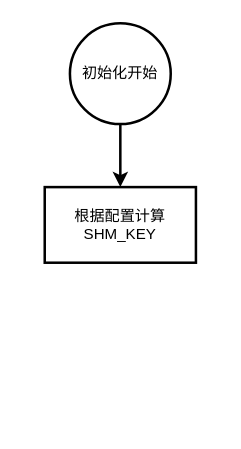
This is LCT.drawio from FAKERINHEART/draw_folder, a draw.io file, before an edit. Source tidied: cells renumbered, new cells numbered last; positions are measured from the earlier drawing's top-left corner, leaving out a move shared by most shapes. Both pictures are drawn from the tidied source at 126%, with x=0, y=0 at pixel (44, 23).
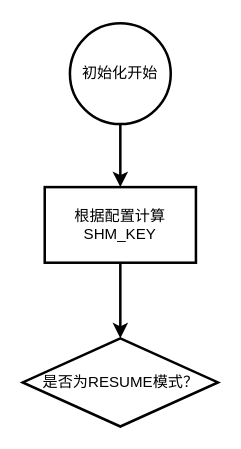
Above is the later version.

Diff of the diagram source:
```diff
@@
 <mxGraphModel>
   <root>
     <mxCell id="0" />
     <mxCell id="1" parent="0" />
     <mxCell id="2" style="edgeStyle=orthogonalEdgeStyle;rounded=0;jettySize=auto;html=1;exitX=0.5;exitY=1;exitDx=0;exitDy=0;entryX=0.5;entryY=0;entryDx=0;entryDy=0;strokeWidth=2;" parent="1" edge="1" source="3" target="4">
       <mxGeometry relative="1" as="geometry" />
     </mxCell>
     <mxCell id="3" value="初始化开始" style="ellipse;whiteSpace=wrap;html=1;strokeWidth=2;" parent="1" vertex="1">
       <mxGeometry x="20" width="80" height="80" as="geometry" />
     </mxCell>
+    <mxCell id="5" style="edgeStyle=orthogonalEdgeStyle;rounded=0;jettySize=auto;html=1;exitX=0.5;exitY=1;exitDx=0;exitDy=0;entryX=0.5;entryY=0;entryDx=0;entryDy=0;strokeWidth=2;" parent="1" edge="1" source="4" target="6">
+      <mxGeometry relative="1" as="geometry" />
+    </mxCell>
     <mxCell id="4" value="根据配置计算SHM_KEY" style="rounded=0;whiteSpace=wrap;html=1;strokeWidth=2;" parent="1" vertex="1">
       <mxGeometry y="130" width="120" height="60" as="geometry" />
     </mxCell>
+    <mxCell id="6" value="是否为RESUME模式？" style="rhombus;whiteSpace=wrap;html=1;strokeWidth=2;" parent="1" vertex="1">
+      <mxGeometry x="-17.5" y="250" width="155" height="70" as="geometry" />
+    </mxCell>
   </root>
 </mxGraphModel>
```
